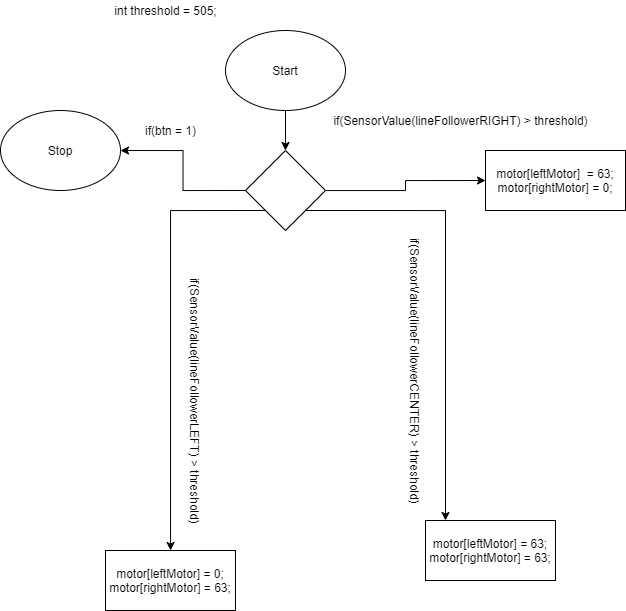
Earlier version of the draw.io export verkefni4/verkefni4.png (Davygod/ROBO2RG05AU-1). Source tidied: cells renumbered, new cells last; positions are measured from the earlier drawing's top-left corner, leaving out a move shared by most shapes.
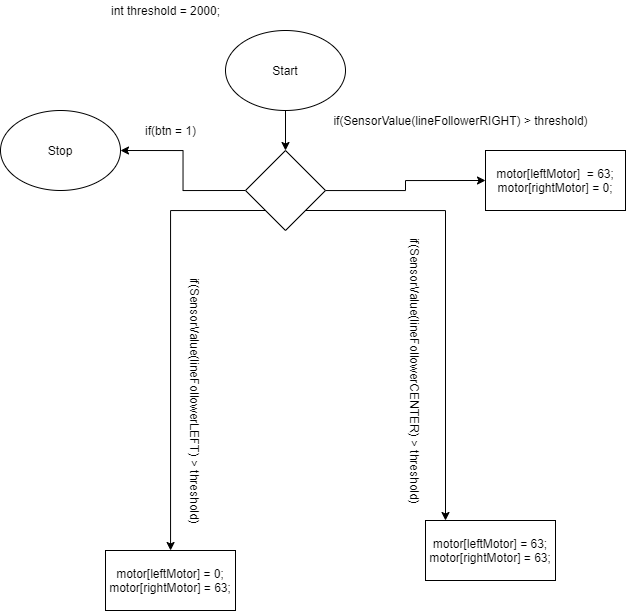
The same file after the commit.

Diff of the diagram source:
```diff
@@ -46,7 +46,7 @@
     <mxCell id="14" value="if(SensorValue(lineFollowerLEFT) &amp;gt; threshold)" style="text;html=1;align=center;verticalAlign=middle;strokeColor=none;fillColor=none;rotation=90;" parent="1" vertex="1">
       <mxGeometry x="65" y="390" width="260" height="20" as="geometry" />
     </mxCell>
-    <mxCell id="15" value="int threshold = 505;" style="text;html=1;align=center;verticalAlign=middle;strokeColor=none;fillColor=none;" parent="1" vertex="1">
+    <mxCell id="15" value="int threshold = 2000;" style="text;html=1;align=center;verticalAlign=middle;strokeColor=none;fillColor=none;" parent="1" vertex="1">
       <mxGeometry x="105" width="120" height="20" as="geometry" />
     </mxCell>
     <mxCell id="16" value="if(SensorValue(lineFollowerCENTER) &amp;gt; threshold)" style="text;html=1;align=center;verticalAlign=middle;strokeColor=none;fillColor=none;rotation=90;" parent="1" vertex="1">
```
